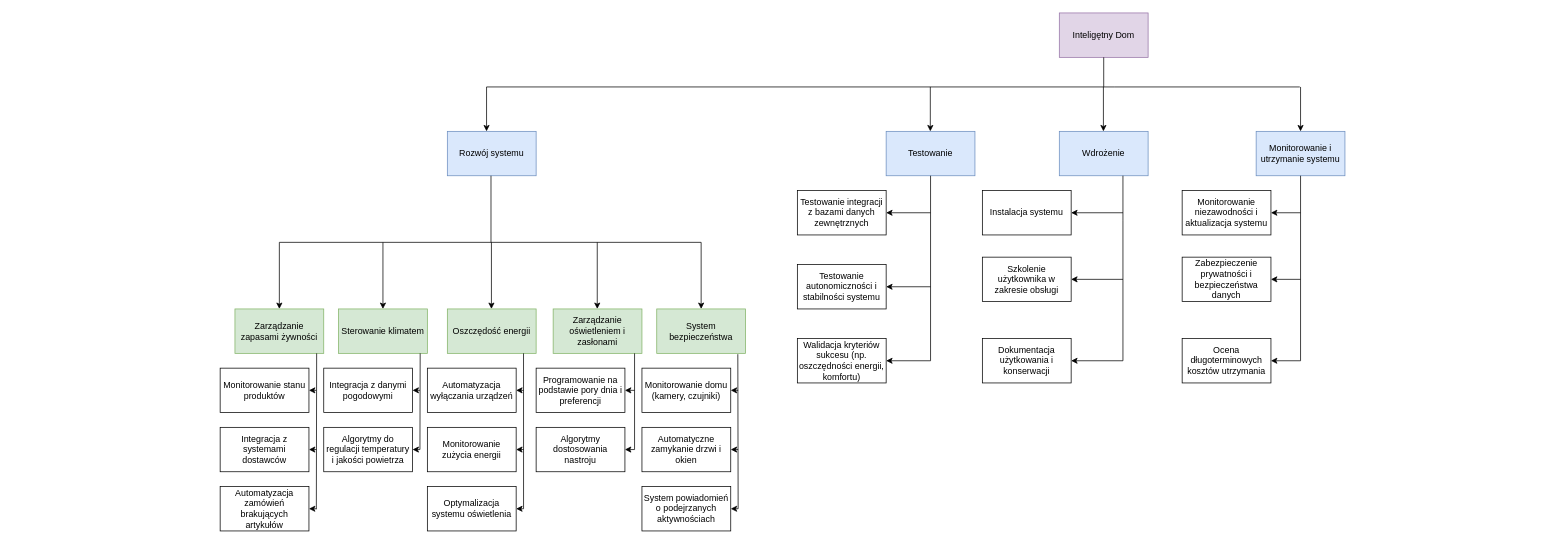
Earlier version of the draw.io diagram Diagram bez tytułu.drawio (julian428/wbs). Source tidied: cells renumbered, new cells numbered last; positions are measured from the earlier drawing's top-left corner, leaving out a move shared by most shapes. Both pictures are drawn from the tidied source at 74%, with x=0, y=0 at pixel (220, 13).
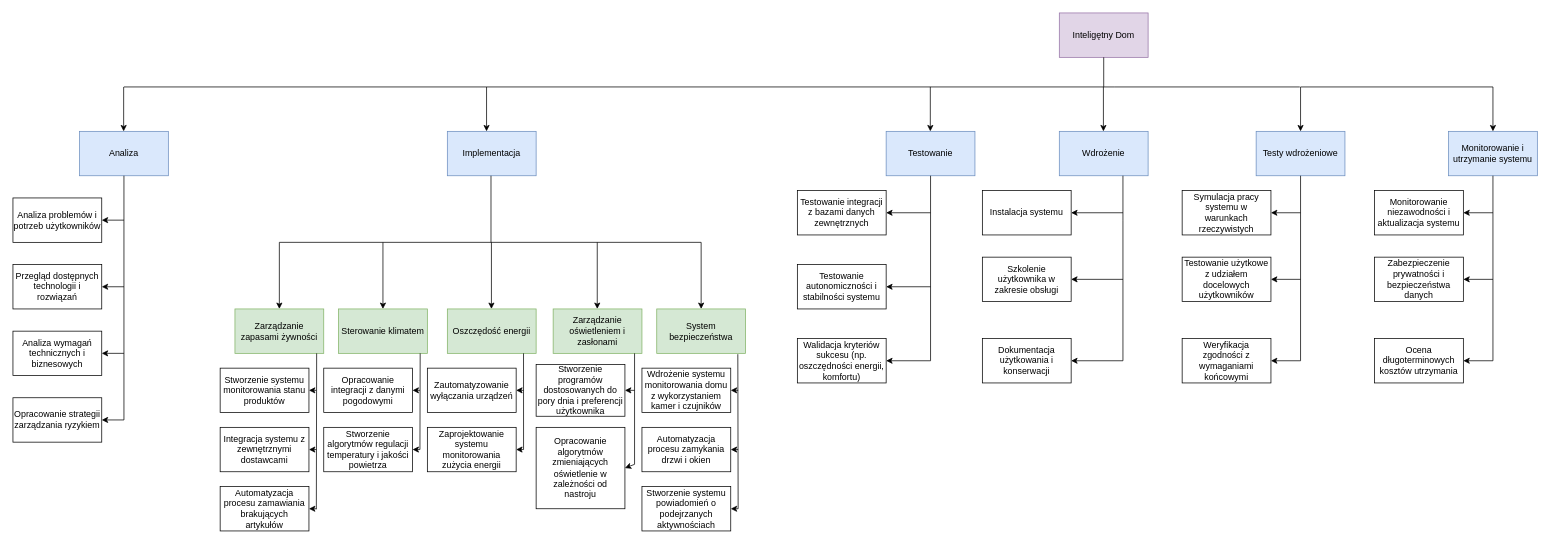
After the change.

Unchanged cells that the change refers to:
```xml
<mxCell id="22" value="Oszczędość energii" style="rounded=0;whiteSpace=wrap;html=1;fillColor=#d5e8d4;strokeColor=#82b366;" parent="1" vertex="1">
  <mxGeometry x="307" y="400" width="120" height="60" as="geometry" />
</mxCell>
```

Diff of the diagram source:
```diff
@@
-    <mxCell id="9" value="Rozwój systemu" style="rounded=0;whiteSpace=wrap;html=1;fillColor=#dae8fc;strokeColor=#6c8ebf;" parent="1" vertex="1">
+    <mxCell id="9" value="Implementacja" style="rounded=0;whiteSpace=wrap;html=1;fillColor=#dae8fc;strokeColor=#6c8ebf;" parent="1" vertex="1">
       <mxGeometry x="307" y="160" width="120" height="60" as="geometry" />
     </mxCell>
@@
     <mxCell id="12" value="Monitorowanie i utrzymanie systemu" style="rounded=0;whiteSpace=wrap;html=1;fillColor=#dae8fc;strokeColor=#6c8ebf;" parent="1" vertex="1">
-      <mxGeometry x="1400" y="160" width="120" height="60" as="geometry" />
+      <mxGeometry x="1660" y="160" width="120" height="60" as="geometry" />
     </mxCell>
@@
     <mxCell id="39" value="Monitorowanie niezawodności i aktualizacja systemu" style="rounded=0;whiteSpace=wrap;html=1;" parent="1" vertex="1">
-      <mxGeometry x="1300" y="240" width="120" height="60" as="geometry" />
+      <mxGeometry x="1560" y="240" width="120" height="60" as="geometry" />
     </mxCell>
     <mxCell id="40" style="endArrow=none;html=1;rounded=0;exitX=0.5;exitY=1;exitDx=0;exitDy=0;" parent="1" edge="1" source="12">
       <mxGeometry relative="1" as="geometry">
-        <mxPoint x="1460" y="470" as="targetPoint" />
+        <mxPoint x="1720" y="470" as="targetPoint" />
       </mxGeometry>
     </mxCell>
     <mxCell id="41" value="Zabezpieczenie prywatności i bezpieczeństwa danych" style="rounded=0;whiteSpace=wrap;html=1;" parent="1" vertex="1">
-      <mxGeometry x="1300" y="330" width="120" height="60" as="geometry" />
+      <mxGeometry x="1560" y="330" width="120" height="60" as="geometry" />
     </mxCell>
     <mxCell id="42" value="Ocena długoterminowych kosztów utrzymania" style="rounded=0;whiteSpace=wrap;html=1;" parent="1" vertex="1">
-      <mxGeometry x="1300" y="440" width="120" height="60" as="geometry" />
+      <mxGeometry x="1560" y="440" width="120" height="60" as="geometry" />
     </mxCell>
     <mxCell id="43" style="endArrow=classic;html=1;rounded=0;entryX=1;entryY=0.5;entryDx=0;entryDy=0;" parent="1" edge="1" target="39">
       <mxGeometry relative="1" as="geometry">
-        <mxPoint x="1460" y="270" as="sourcePoint" />
+        <mxPoint x="1720" y="270" as="sourcePoint" />
       </mxGeometry>
     </mxCell>
     <mxCell id="44" style="endArrow=classic;html=1;rounded=0;entryX=1;entryY=0.5;entryDx=0;entryDy=0;" parent="1" edge="1" target="41">
       <mxGeometry relative="1" as="geometry">
-        <mxPoint x="1460" y="360" as="sourcePoint" />
+        <mxPoint x="1720" y="360" as="sourcePoint" />
       </mxGeometry>
     </mxCell>
     <mxCell id="45" style="endArrow=classic;html=1;rounded=0;entryX=1;entryY=0.5;entryDx=0;entryDy=0;" parent="1" edge="1" target="42">
       <mxGeometry relative="1" as="geometry">
-        <mxPoint x="1460" y="470" as="sourcePoint" />
+        <mxPoint x="1720" y="470" as="sourcePoint" />
       </mxGeometry>
     </mxCell>
-    <mxCell id="46" value="Monitorowanie stanu produktów" style="rounded=0;whiteSpace=wrap;html=1;" parent="1" vertex="1">
+    <mxCell id="46" value="Stworzenie systemu monitorowania stanu produktów" style="rounded=0;whiteSpace=wrap;html=1;" parent="1" vertex="1">
       <mxGeometry y="480" width="120" height="60" as="geometry" />
     </mxCell>
-    <mxCell id="47" value="Integracja z danymi pogodowymi" style="rounded=0;whiteSpace=wrap;html=1;" parent="1" vertex="1">
+    <mxCell id="47" value="Opracowanie integracji z danymi pogodowymi" style="rounded=0;whiteSpace=wrap;html=1;" parent="1" vertex="1">
       <mxGeometry x="140" y="480" width="120" height="60" as="geometry" />
     </mxCell>
-    <mxCell id="48" value="Automatyzacja wyłączania urządzeń" style="rounded=0;whiteSpace=wrap;html=1;" parent="1" vertex="1">
+    <mxCell id="48" value="Zautomatyzowanie wyłączania urządzeń" style="rounded=0;whiteSpace=wrap;html=1;" parent="1" vertex="1">
       <mxGeometry x="280" y="480" width="120" height="60" as="geometry" />
     </mxCell>
-    <mxCell id="49" value="Programowanie na podstawie pory dnia i preferencji" style="rounded=0;whiteSpace=wrap;html=1;" parent="1" vertex="1">
-      <mxGeometry x="427" y="480" width="120" height="60" as="geometry" />
+    <mxCell id="49" value="Stworzenie programów dostosowanych do pory dnia i preferencji użytkownika" style="rounded=0;whiteSpace=wrap;html=1;" parent="1" vertex="1">
+      <mxGeometry x="427" y="475" width="120" height="70" as="geometry" />
     </mxCell>
-    <mxCell id="50" value="Monitorowanie domu (kamery, czujniki)" style="rounded=0;whiteSpace=wrap;html=1;" parent="1" vertex="1">
+    <mxCell id="50" value="Wdrożenie systemu monitorowania domu z wykorzystaniem kamer i czujników" style="rounded=0;whiteSpace=wrap;html=1;" parent="1" vertex="1">
       <mxGeometry x="570" y="480" width="120" height="60" as="geometry" />
     </mxCell>
-    <mxCell id="51" value="Integracja z systemami dostawców" style="rounded=0;whiteSpace=wrap;html=1;" parent="1" vertex="1">
+    <mxCell id="51" value="Integracja systemu z zewnętrznymi dostawcami" style="rounded=0;whiteSpace=wrap;html=1;" parent="1" vertex="1">
       <mxGeometry y="560" width="120" height="60" as="geometry" />
     </mxCell>
-    <mxCell id="52" value="Automatyzacja zamówień brakujących artykułów" style="rounded=0;whiteSpace=wrap;html=1;" parent="1" vertex="1">
+    <mxCell id="52" value="Automatyzacja procesu zamawiania brakujących artykułów" style="rounded=0;whiteSpace=wrap;html=1;" parent="1" vertex="1">
       <mxGeometry y="640" width="120" height="60" as="geometry" />
     </mxCell>
-    <mxCell id="53" value="Algorytmy do regulacji temperatury i jakości powietrza" style="rounded=0;whiteSpace=wrap;html=1;" parent="1" vertex="1">
+    <mxCell id="53" value="Stworzenie algorytmów regulacji temperatury i jakości powietrza" style="rounded=0;whiteSpace=wrap;html=1;" parent="1" vertex="1">
       <mxGeometry x="140" y="560" width="120" height="60" as="geometry" />
     </mxCell>
-    <mxCell id="54" value="Monitorowanie zużycia energii" style="rounded=0;whiteSpace=wrap;html=1;" parent="1" vertex="1">
+    <mxCell id="54" value="Zaprojektowanie systemu monitorowania zużycia energii" style="rounded=0;whiteSpace=wrap;html=1;" parent="1" vertex="1">
       <mxGeometry x="280" y="560" width="120" height="60" as="geometry" />
     </mxCell>
-    <mxCell id="55" value="Optymalizacja systemu oświetlenia" style="rounded=0;whiteSpace=wrap;html=1;" parent="1" vertex="1">
-      <mxGeometry x="280" y="640" width="120" height="60" as="geometry" />
-    </mxCell>
-    <mxCell id="56" value="Algorytmy dostosowania nastroju" style="rounded=0;whiteSpace=wrap;html=1;" parent="1" vertex="1">
-      <mxGeometry x="427" y="560" width="120" height="60" as="geometry" />
+    <mxCell id="56" value="Opracowanie algorytmów zmieniających oświetlenie w zależności od nastroju" style="rounded=0;whiteSpace=wrap;html=1;" parent="1" vertex="1">
+      <mxGeometry x="427" y="560" width="120" height="110" as="geometry" />
     </mxCell>
-    <mxCell id="57" value="Automatyczne zamykanie drzwi i okien" style="rounded=0;whiteSpace=wrap;html=1;" parent="1" vertex="1">
+    <mxCell id="57" value="Automatyzacja procesu zamykania drzwi i okien" style="rounded=0;whiteSpace=wrap;html=1;" parent="1" vertex="1">
       <mxGeometry x="570" y="560" width="120" height="60" as="geometry" />
     </mxCell>
-    <mxCell id="58" value="System powiadomień o podejrzanych aktywnościach" style="rounded=0;whiteSpace=wrap;html=1;" parent="1" vertex="1">
+    <mxCell id="58" value="Stworzenie systemu powiadomień o podejrzanych aktywnościach" style="rounded=0;whiteSpace=wrap;html=1;" parent="1" vertex="1">
       <mxGeometry x="570" y="640" width="120" height="60" as="geometry" />
     </mxCell>
@@
     <mxCell id="61" style="endArrow=none;html=1;rounded=0;entryX=0.858;entryY=1;entryDx=0;entryDy=0;entryPerimeter=0;" parent="1" edge="1" target="22">
       <mxGeometry relative="1" as="geometry">
-        <mxPoint x="410" y="670" as="sourcePoint" />
+        <mxPoint x="410" y="590" as="sourcePoint" />
       </mxGeometry>
     </mxCell>
     <mxCell id="62" style="endArrow=none;html=1;rounded=0;entryX=0.957;entryY=1.008;entryDx=0;entryDy=0;entryPerimeter=0;" parent="1" edge="1">
       <mxGeometry relative="1" as="geometry">
-        <mxPoint x="560" y="590" as="sourcePoint" />
+        <mxPoint x="560" y="610" as="sourcePoint" />
         <mxPoint x="560" y="460" as="targetPoint" />
       </mxGeometry>
     </mxCell>
@@
-    <mxCell id="71" style="endArrow=classic;html=1;rounded=0;entryX=1;entryY=0.5;entryDx=0;entryDy=0;" parent="1" edge="1" target="55">
-      <mxGeometry relative="1" as="geometry">
-        <mxPoint x="410" y="670" as="sourcePoint" />
-      </mxGeometry>
-    </mxCell>
@@
     <mxCell id="73" style="endArrow=classic;html=1;rounded=0;entryX=1;entryY=0.5;entryDx=0;entryDy=0;" parent="1" edge="1" target="56">
       <mxGeometry relative="1" as="geometry">
-        <mxPoint x="560" y="590" as="sourcePoint" />
+        <mxPoint x="560" y="610" as="sourcePoint" />
       </mxGeometry>
     </mxCell>
@@
+    <mxCell id="77" style="endArrow=none;html=1;rounded=0;" parent="1" edge="1">
+      <mxGeometry relative="1" as="geometry">
+        <mxPoint x="-130" y="100" as="sourcePoint" />
+        <mxPoint x="360" y="100" as="targetPoint" />
+      </mxGeometry>
+    </mxCell>
+    <mxCell id="78" style="endArrow=classic;html=1;rounded=0;" parent="1" edge="1">
+      <mxGeometry relative="1" as="geometry">
+        <mxPoint x="-130.4" y="100" as="sourcePoint" />
+        <mxPoint x="-130.4" y="160" as="targetPoint" />
+      </mxGeometry>
+    </mxCell>
+    <mxCell id="79" value="Analiza" style="rounded=0;whiteSpace=wrap;html=1;fillColor=#dae8fc;strokeColor=#6c8ebf;" parent="1" vertex="1">
+      <mxGeometry x="-190" y="160" width="120" height="60" as="geometry" />
+    </mxCell>
+    <mxCell id="80" style="endArrow=none;html=1;rounded=0;entryX=0.5;entryY=1;entryDx=0;entryDy=0;" parent="1" edge="1" target="79">
+      <mxGeometry relative="1" as="geometry">
+        <mxPoint x="-130" y="550" as="sourcePoint" />
+      </mxGeometry>
+    </mxCell>
+    <mxCell id="81" value="Analiza problemów i potrzeb użytkowników" style="rounded=0;whiteSpace=wrap;html=1;" parent="1" vertex="1">
+      <mxGeometry x="-280" y="250" width="120" height="60" as="geometry" />
+    </mxCell>
+    <mxCell id="82" value="Przegląd dostępnych technologii i rozwiązań" style="rounded=0;whiteSpace=wrap;html=1;" parent="1" vertex="1">
+      <mxGeometry x="-280" y="340" width="120" height="60" as="geometry" />
+    </mxCell>
+    <mxCell id="83" value="Analiza wymagań technicznych i biznesowych" style="rounded=0;whiteSpace=wrap;html=1;" parent="1" vertex="1">
+      <mxGeometry x="-280" y="430" width="120" height="60" as="geometry" />
+    </mxCell>
+    <mxCell id="84" value="Opracowanie strategii zarządzania ryzykiem" style="rounded=0;whiteSpace=wrap;html=1;" parent="1" vertex="1">
+      <mxGeometry x="-280" y="520" width="120" height="60" as="geometry" />
+    </mxCell>
+    <mxCell id="85" style="endArrow=classic;html=1;rounded=0;entryX=1;entryY=0.5;entryDx=0;entryDy=0;" parent="1" edge="1" target="84">
+      <mxGeometry relative="1" as="geometry">
+        <mxPoint x="-130" y="550" as="sourcePoint" />
+      </mxGeometry>
+    </mxCell>
+    <mxCell id="86" style="endArrow=classic;html=1;rounded=0;entryX=1;entryY=0.5;entryDx=0;entryDy=0;" parent="1" edge="1" target="81">
+      <mxGeometry relative="1" as="geometry">
+        <mxPoint x="-130" y="280" as="sourcePoint" />
+      </mxGeometry>
+    </mxCell>
+    <mxCell id="87" style="endArrow=classic;html=1;rounded=0;entryX=1;entryY=0.5;entryDx=0;entryDy=0;" parent="1" edge="1" target="82">
+      <mxGeometry relative="1" as="geometry">
+        <mxPoint x="-130" y="370" as="sourcePoint" />
+      </mxGeometry>
+    </mxCell>
+    <mxCell id="88" style="endArrow=classic;html=1;rounded=0;entryX=1;entryY=0.5;entryDx=0;entryDy=0;" parent="1" edge="1" target="83">
+      <mxGeometry relative="1" as="geometry">
+        <mxPoint x="-130" y="460" as="sourcePoint" />
+      </mxGeometry>
+    </mxCell>
+    <mxCell id="89" value="Testy wdrożeniowe" style="rounded=0;whiteSpace=wrap;html=1;fillColor=#dae8fc;strokeColor=#6c8ebf;" parent="1" vertex="1">
+      <mxGeometry x="1400" y="160" width="120" height="60" as="geometry" />
+    </mxCell>
+    <mxCell id="90" value="Symulacja pracy systemu w warunkach rzeczywistych" style="rounded=0;whiteSpace=wrap;html=1;" parent="1" vertex="1">
+      <mxGeometry x="1300" y="240" width="120" height="60" as="geometry" />
+    </mxCell>
+    <mxCell id="91" style="endArrow=none;html=1;rounded=0;exitX=0.5;exitY=1;exitDx=0;exitDy=0;" parent="1" edge="1" source="89">
+      <mxGeometry relative="1" as="geometry">
+        <mxPoint x="1460" y="470" as="targetPoint" />
+      </mxGeometry>
+    </mxCell>
+    <mxCell id="92" value="Testowanie użytkowe z udziałem docelowych użytkowników" style="rounded=0;whiteSpace=wrap;html=1;" parent="1" vertex="1">
+      <mxGeometry x="1300" y="330" width="120" height="60" as="geometry" />
+    </mxCell>
+    <mxCell id="93" value="Weryfikacja zgodności z wymaganiami końcowymi" style="rounded=0;whiteSpace=wrap;html=1;" parent="1" vertex="1">
+      <mxGeometry x="1300" y="440" width="120" height="60" as="geometry" />
+    </mxCell>
+    <mxCell id="94" style="endArrow=classic;html=1;rounded=0;entryX=1;entryY=0.5;entryDx=0;entryDy=0;" parent="1" edge="1" target="90">
+      <mxGeometry relative="1" as="geometry">
+        <mxPoint x="1460" y="270" as="sourcePoint" />
+      </mxGeometry>
+    </mxCell>
+    <mxCell id="95" style="endArrow=classic;html=1;rounded=0;entryX=1;entryY=0.5;entryDx=0;entryDy=0;" parent="1" edge="1" target="92">
+      <mxGeometry relative="1" as="geometry">
+        <mxPoint x="1460" y="360" as="sourcePoint" />
+      </mxGeometry>
+    </mxCell>
+    <mxCell id="96" style="endArrow=classic;html=1;rounded=0;entryX=1;entryY=0.5;entryDx=0;entryDy=0;" parent="1" edge="1" target="93">
+      <mxGeometry relative="1" as="geometry">
+        <mxPoint x="1460" y="470" as="sourcePoint" />
+      </mxGeometry>
+    </mxCell>
+    <mxCell id="97" style="endArrow=none;html=1;rounded=0;" parent="1" edge="1">
+      <mxGeometry relative="1" as="geometry">
+        <mxPoint x="1460" y="100" as="sourcePoint" />
+        <mxPoint x="1720" y="100" as="targetPoint" />
+      </mxGeometry>
+    </mxCell>
+    <mxCell id="98" style="endArrow=classic;html=1;rounded=0;entryX=0.5;entryY=0;entryDx=0;entryDy=0;" parent="1" edge="1" target="12">
+      <mxGeometry relative="1" as="geometry">
+        <mxPoint x="1720" y="100" as="sourcePoint" />
+      </mxGeometry>
+    </mxCell>
```
